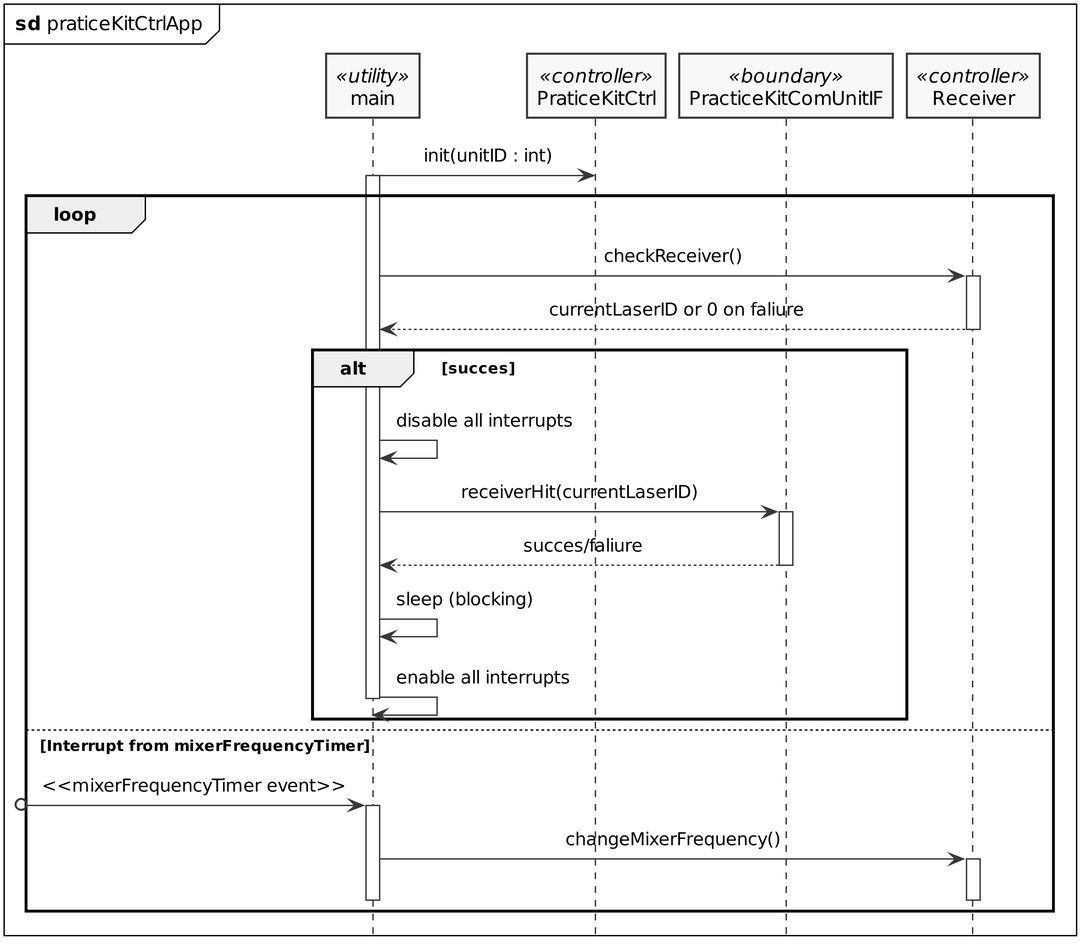
The PlantUML diagram PlantUML/out/practiceKitCtrlApp_sd.png in LasseKrarup/Laser-Tag-Project, before a commit. The source it was exported from:
```plantuml
@startuml practiceKitCtrlApp_sd

hide footbox

skinparam {
    monochrome true
    dpi 300
    padding 5
    sequenceMessageAlign center
    packageStyle frame
    shadowing false
}

mainframe **sd** praticeKitCtrlApp

participant main <<utility>>
participant PraticeKitCtrl <<controller>>
participant PracticeKitComUnitIF <<boundary>>
participant Receiver <<controller>>

main -> PraticeKitCtrl: init(unitID : int)

loop
    activate main
    main -> Receiver++: checkReceiver()
    return currentLaserID or 0 on faliure

    alt succes
        main -> main: disable all interrupts
        main -> PracticeKitComUnitIF++: receiverHit(currentLaserID)
        return succes/faliure
        main -> main: sleep (blocking)
        main -> main: enable all interrupts
        deactivate main
    end

    else Interrupt from mixerFrequencyTimer
    [o-> main: <<mixerFrequencyTimer event>>
    activate main
    main -> Receiver++: changeMixerFrequency()
    deactivate main
    deactivate Receiver
end


@enduml
```
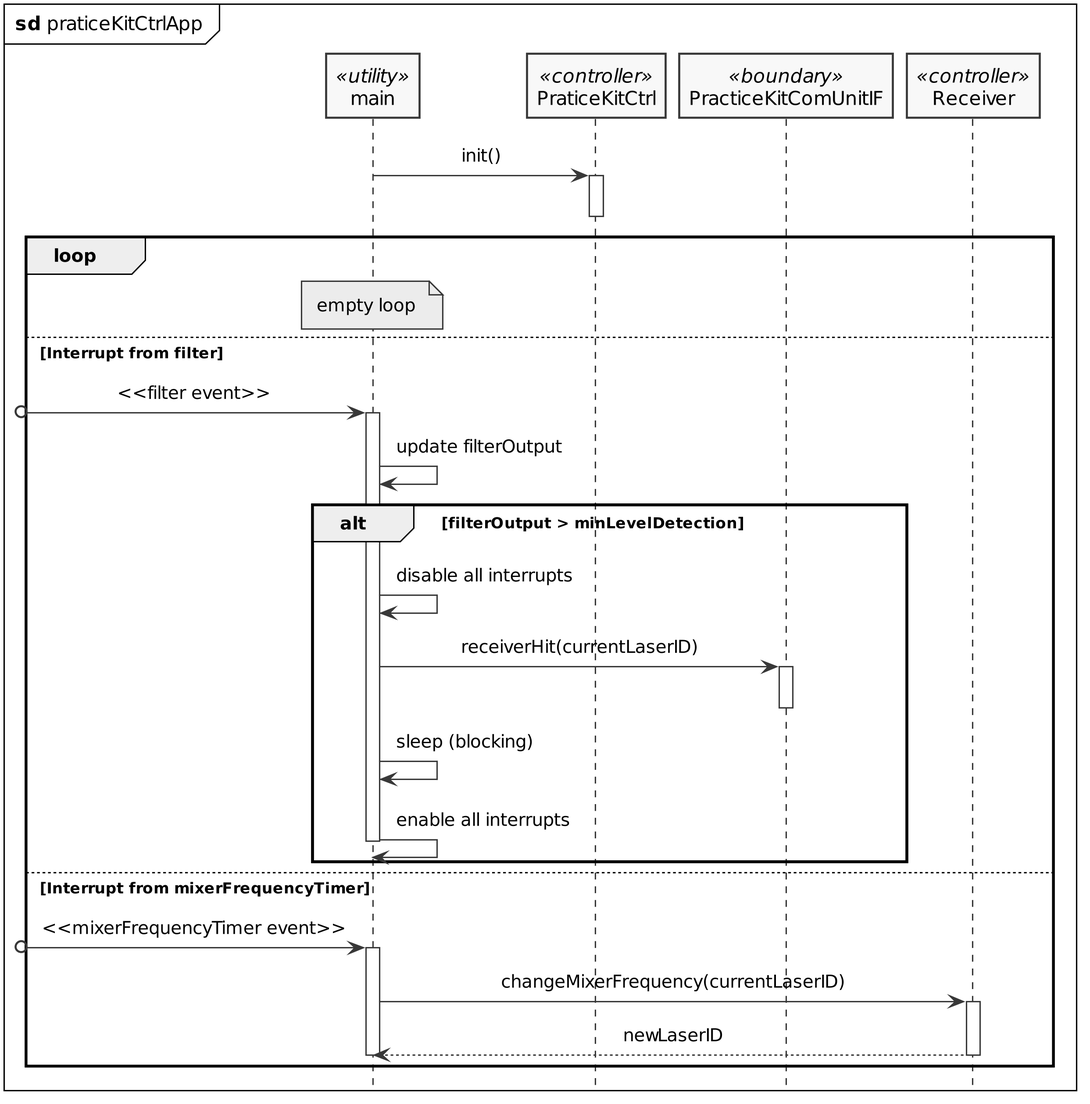
The same file after the commit.

Change to the diagram source:
```diff
@@ -18,17 +18,23 @@
 participant PracticeKitComUnitIF <<boundary>>
 participant Receiver <<controller>>
 
-main -> PraticeKitCtrl: init(unitID : int)
+main -> PraticeKitCtrl++: init()
+deactivate PraticeKitCtrl
 
 loop
+
+    note over main : empty loop
+
+    else Interrupt from filter
+    [o-> main: <<filter event>>
     activate main
-    main -> Receiver++: checkReceiver()
-    return currentLaserID or 0 on faliure
 
-    alt succes
+    main -> main: update filterOutput
+
+    alt filterOutput > minLevelDetection
         main -> main: disable all interrupts
         main -> PracticeKitComUnitIF++: receiverHit(currentLaserID)
-        return succes/faliure
+        deactivate PracticeKitComUnitIF
         main -> main: sleep (blocking)
         main -> main: enable all interrupts
         deactivate main
@@ -37,10 +43,10 @@
     else Interrupt from mixerFrequencyTimer
     [o-> main: <<mixerFrequencyTimer event>>
     activate main
-    main -> Receiver++: changeMixerFrequency()
+    main -> Receiver++: changeMixerFrequency(currentLaserID)
+    return newLaserID
     deactivate main
     deactivate Receiver
 end
 
-
 @enduml
```
